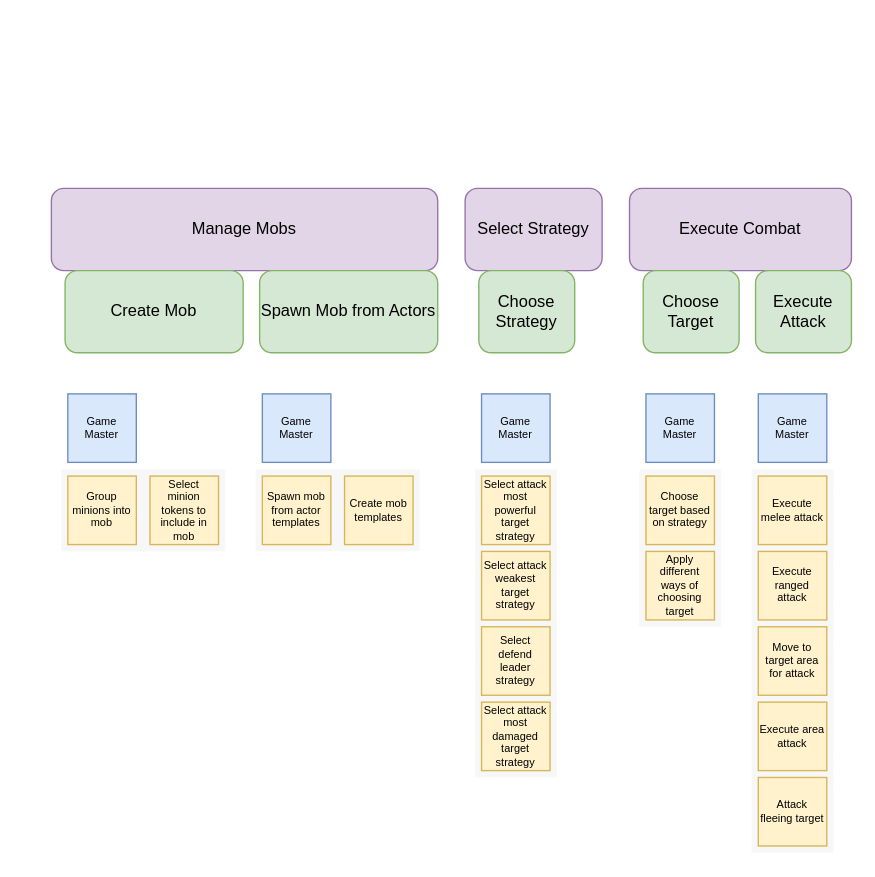
Earlier version of the draw.io diagram demo/mob_minion/docs/stories/story-map-outline.drawio (thomasjeffreyandersontwin/augmented-teams). Source tidied: cells renumbered, new cells numbered last; positions are measured from the earlier drawing's top-left corner, leaving out a move shared by most shapes. Both pictures are drawn from the tidied source at 137%, with x=0, y=0 at pixel (23, 23).
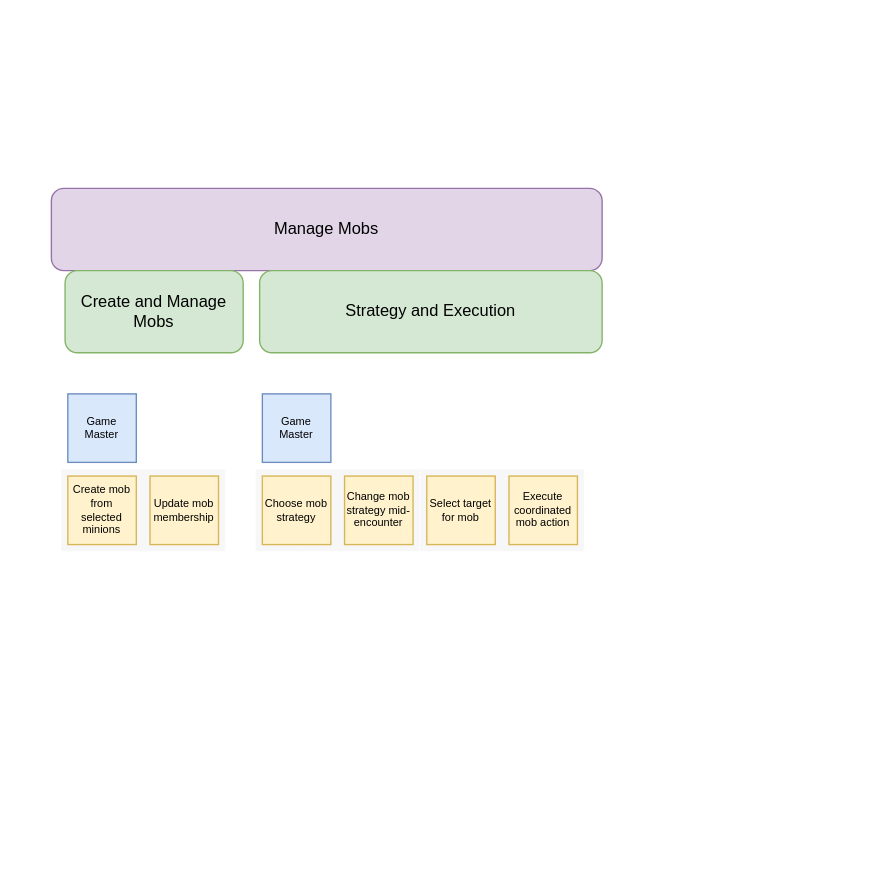
After the change.

The change refers to these unchanged cells:
```xml
<mxCell id="2" style="group;" parent="1" vertex="1">
  <mxGeometry width="1" height="1" as="geometry" />
</mxCell>
```

Change to the diagram source:
```diff
@@
     <mxCell id="3" value="&lt;div style=&quot;display: flex; align-items: center; justify-content: center; width: 100%;&quot;&gt;Manage Mobs&lt;/div&gt;" style="rounded=1;whiteSpace=wrap;html=1;fillColor=#e1d5e7;strokeColor=#9673a6;fontColor=#000000;" parent="2" vertex="1">
-      <mxGeometry x="20" y="120" width="282" height="60" as="geometry" />
+      <mxGeometry x="20" y="120" width="402" height="60" as="geometry" />
     </mxCell>
-    <mxCell id="4" value="&lt;div style=&quot;display: flex; align-items: center; justify-content: center; width: 100%;&quot;&gt;Create Mob&lt;/div&gt;" style="rounded=1;whiteSpace=wrap;html=1;fillColor=#d5e8d4;strokeColor=#82b366;fontColor=#000000;" parent="1" vertex="1">
+    <mxCell id="4" value="&lt;div style=&quot;display: flex; align-items: center; justify-content: center; width: 100%;&quot;&gt;Create and Manage Mobs&lt;/div&gt;" style="rounded=1;whiteSpace=wrap;html=1;fillColor=#d5e8d4;strokeColor=#82b366;fontColor=#000000;" parent="1" vertex="1">
       <mxGeometry x="30" y="180" width="130" height="60" as="geometry" />
     </mxCell>
@@
-    <mxCell id="7" value="Group minions into mob" style="whiteSpace=wrap;html=1;fillColor=#fff2cc;strokeColor=#d6b656;fontColor=#000000;fontSize=8;" parent="1" vertex="1">
+    <mxCell id="7" value="Create mob from selected minions" style="whiteSpace=wrap;html=1;fillColor=#fff2cc;strokeColor=#d6b656;fontColor=#000000;fontSize=8;" parent="1" vertex="1">
       <mxGeometry x="32" y="330" width="50" height="50" as="geometry" />
     </mxCell>
-    <mxCell id="8" value="Select minion tokens to include in mob" style="whiteSpace=wrap;html=1;fillColor=#fff2cc;strokeColor=#d6b656;fontColor=#000000;fontSize=8;" parent="1" vertex="1">
+    <mxCell id="8" value="Update mob membership" style="whiteSpace=wrap;html=1;fillColor=#fff2cc;strokeColor=#d6b656;fontColor=#000000;fontSize=8;" parent="1" vertex="1">
       <mxGeometry x="92" y="330" width="50" height="50" as="geometry" />
     </mxCell>
-    <mxCell id="9" value="&lt;div style=&quot;display: flex; align-items: center; justify-content: center; width: 100%;&quot;&gt;Spawn Mob from Actors&lt;/div&gt;" style="rounded=1;whiteSpace=wrap;html=1;fillColor=#d5e8d4;strokeColor=#82b366;fontColor=#000000;" parent="1" vertex="1">
-      <mxGeometry x="172" y="180" width="130" height="60" as="geometry" />
+    <mxCell id="9" value="&lt;div style=&quot;display: flex; align-items: center; justify-content: center; width: 100%;&quot;&gt;Strategy and Execution&lt;/div&gt;" style="rounded=1;whiteSpace=wrap;html=1;fillColor=#d5e8d4;strokeColor=#82b366;fontColor=#000000;" parent="1" vertex="1">
+      <mxGeometry x="172" y="180" width="250" height="60" as="geometry" />
     </mxCell>
@@
+    <mxCell id="16" style="rounded=0;whiteSpace=wrap;html=1;dashed=1;dashPattern=1 2;strokeColor=#FFFFFF;fillColor=#F7F7F7;" parent="1" vertex="1">
+      <mxGeometry x="289" y="325" width="120" height="60" as="geometry" />
+    </mxCell>
@@
-    <mxCell id="12" value="Spawn mob from actor templates" style="whiteSpace=wrap;html=1;fillColor=#fff2cc;strokeColor=#d6b656;fontColor=#000000;fontSize=8;" parent="1" vertex="1">
+    <mxCell id="12" value="Choose mob strategy" style="whiteSpace=wrap;html=1;fillColor=#fff2cc;strokeColor=#d6b656;fontColor=#000000;fontSize=8;" parent="1" vertex="1">
       <mxGeometry x="174" y="330" width="50" height="50" as="geometry" />
     </mxCell>
-    <mxCell id="13" value="Create mob templates" style="whiteSpace=wrap;html=1;fillColor=#fff2cc;strokeColor=#d6b656;fontColor=#000000;fontSize=8;" parent="1" vertex="1">
+    <mxCell id="13" value="Change mob strategy mid-encounter" style="whiteSpace=wrap;html=1;fillColor=#fff2cc;strokeColor=#d6b656;fontColor=#000000;fontSize=8;" parent="1" vertex="1">
       <mxGeometry x="234" y="330" width="50" height="50" as="geometry" />
     </mxCell>
-    <mxCell id="14" value="&lt;div style=&quot;display: flex; align-items: center; justify-content: center; width: 100%;&quot;&gt;Select Strategy&lt;/div&gt;" style="rounded=1;whiteSpace=wrap;html=1;fillColor=#e1d5e7;strokeColor=#9673a6;fontColor=#000000;" parent="2" vertex="1">
-      <mxGeometry x="322" y="120" width="100" height="60" as="geometry" />
-    </mxCell>
-    <mxCell id="15" value="&lt;div style=&quot;display: flex; align-items: center; justify-content: center; width: 100%;&quot;&gt;Choose Strategy&lt;/div&gt;" style="rounded=1;whiteSpace=wrap;html=1;fillColor=#d5e8d4;strokeColor=#82b366;fontColor=#000000;" parent="1" vertex="1">
-      <mxGeometry x="332" y="180" width="70" height="60" as="geometry" />
-    </mxCell>
-    <mxCell id="16" style="rounded=0;whiteSpace=wrap;html=1;dashed=1;dashPattern=1 2;strokeColor=#FFFFFF;fillColor=#F7F7F7;" parent="1" vertex="1">
-      <mxGeometry x="329" y="325" width="60" height="225" as="geometry" />
-    </mxCell>
-    <mxCell id="17" value="Game Master" style="whiteSpace=wrap;html=1;fillColor=#dae8fc;strokeColor=#6c8ebf;fontColor=#000000;fontSize=8;" parent="1" vertex="1">
-      <mxGeometry x="334" y="270" width="50" height="50" as="geometry" />
-    </mxCell>
-    <mxCell id="18" value="Select attack most powerful target strategy" style="whiteSpace=wrap;html=1;fillColor=#fff2cc;strokeColor=#d6b656;fontColor=#000000;fontSize=8;" parent="1" vertex="1">
-      <mxGeometry x="334" y="330" width="50" height="50" as="geometry" />
-    </mxCell>
-    <mxCell id="19" value="Select attack weakest target strategy" style="whiteSpace=wrap;html=1;fillColor=#fff2cc;strokeColor=#d6b656;fontColor=#000000;fontSize=8;" parent="1" vertex="1">
-      <mxGeometry x="334" y="385" width="50" height="50" as="geometry" />
-    </mxCell>
-    <mxCell id="20" value="Select defend leader strategy" style="whiteSpace=wrap;html=1;fillColor=#fff2cc;strokeColor=#d6b656;fontColor=#000000;fontSize=8;" parent="1" vertex="1">
-      <mxGeometry x="334" y="440" width="50" height="50" as="geometry" />
-    </mxCell>
-    <mxCell id="21" value="Select attack most damaged target strategy" style="whiteSpace=wrap;html=1;fillColor=#fff2cc;strokeColor=#d6b656;fontColor=#000000;fontSize=8;" parent="1" vertex="1">
-      <mxGeometry x="334" y="495" width="50" height="50" as="geometry" />
-    </mxCell>
-    <mxCell id="22" value="&lt;div style=&quot;display: flex; align-items: center; justify-content: center; width: 100%;&quot;&gt;Execute Combat&lt;/div&gt;" style="rounded=1;whiteSpace=wrap;html=1;fillColor=#e1d5e7;strokeColor=#9673a6;fontColor=#000000;" parent="2" vertex="1">
-      <mxGeometry x="442" y="120" width="162" height="60" as="geometry" />
-    </mxCell>
-    <mxCell id="23" value="&lt;div style=&quot;display: flex; align-items: center; justify-content: center; width: 100%;&quot;&gt;Choose Target&lt;/div&gt;" style="rounded=1;whiteSpace=wrap;html=1;fillColor=#d5e8d4;strokeColor=#82b366;fontColor=#000000;" parent="1" vertex="1">
-      <mxGeometry x="452" y="180" width="70" height="60" as="geometry" />
-    </mxCell>
-    <mxCell id="24" style="rounded=0;whiteSpace=wrap;html=1;dashed=1;dashPattern=1 2;strokeColor=#FFFFFF;fillColor=#F7F7F7;" parent="1" vertex="1">
-      <mxGeometry x="449" y="325" width="60" height="115" as="geometry" />
-    </mxCell>
-    <mxCell id="25" value="Game Master" style="whiteSpace=wrap;html=1;fillColor=#dae8fc;strokeColor=#6c8ebf;fontColor=#000000;fontSize=8;" parent="1" vertex="1">
-      <mxGeometry x="454" y="270" width="50" height="50" as="geometry" />
-    </mxCell>
-    <mxCell id="26" value="Choose target based on strategy" style="whiteSpace=wrap;html=1;fillColor=#fff2cc;strokeColor=#d6b656;fontColor=#000000;fontSize=8;" parent="1" vertex="1">
-      <mxGeometry x="454" y="330" width="50" height="50" as="geometry" />
-    </mxCell>
-    <mxCell id="27" value="Apply different ways of choosing target" style="whiteSpace=wrap;html=1;fillColor=#fff2cc;strokeColor=#d6b656;fontColor=#000000;fontSize=8;" parent="1" vertex="1">
-      <mxGeometry x="454" y="385" width="50" height="50" as="geometry" />
-    </mxCell>
-    <mxCell id="28" value="&lt;div style=&quot;display: flex; align-items: center; justify-content: center; width: 100%;&quot;&gt;Execute Attack&lt;/div&gt;" style="rounded=1;whiteSpace=wrap;html=1;fillColor=#d5e8d4;strokeColor=#82b366;fontColor=#000000;" parent="1" vertex="1">
-      <mxGeometry x="534" y="180" width="70" height="60" as="geometry" />
-    </mxCell>
-    <mxCell id="29" style="rounded=0;whiteSpace=wrap;html=1;dashed=1;dashPattern=1 2;strokeColor=#FFFFFF;fillColor=#F7F7F7;" parent="1" vertex="1">
-      <mxGeometry x="531" y="325" width="60" height="280" as="geometry" />
-    </mxCell>
-    <mxCell id="30" value="Game Master" style="whiteSpace=wrap;html=1;fillColor=#dae8fc;strokeColor=#6c8ebf;fontColor=#000000;fontSize=8;" parent="1" vertex="1">
-      <mxGeometry x="536" y="270" width="50" height="50" as="geometry" />
-    </mxCell>
-    <mxCell id="31" value="Execute melee attack" style="whiteSpace=wrap;html=1;fillColor=#fff2cc;strokeColor=#d6b656;fontColor=#000000;fontSize=8;" parent="1" vertex="1">
-      <mxGeometry x="536" y="330" width="50" height="50" as="geometry" />
-    </mxCell>
-    <mxCell id="32" value="Execute ranged attack" style="whiteSpace=wrap;html=1;fillColor=#fff2cc;strokeColor=#d6b656;fontColor=#000000;fontSize=8;" parent="1" vertex="1">
-      <mxGeometry x="536" y="385" width="50" height="50" as="geometry" />
-    </mxCell>
-    <mxCell id="33" value="Move to target area for attack" style="whiteSpace=wrap;html=1;fillColor=#fff2cc;strokeColor=#d6b656;fontColor=#000000;fontSize=8;" parent="1" vertex="1">
-      <mxGeometry x="536" y="440" width="50" height="50" as="geometry" />
-    </mxCell>
-    <mxCell id="34" value="Execute area attack" style="whiteSpace=wrap;html=1;fillColor=#fff2cc;strokeColor=#d6b656;fontColor=#000000;fontSize=8;" parent="1" vertex="1">
-      <mxGeometry x="536" y="495" width="50" height="50" as="geometry" />
-    </mxCell>
-    <mxCell id="35" value="Attack fleeing target" style="whiteSpace=wrap;html=1;fillColor=#fff2cc;strokeColor=#d6b656;fontColor=#000000;fontSize=8;" parent="1" vertex="1">
-      <mxGeometry x="536" y="550" width="50" height="50" as="geometry" />
-    </mxCell>
+    <mxCell id="36" value="Select target for mob" style="whiteSpace=wrap;html=1;fillColor=#fff2cc;strokeColor=#d6b656;fontColor=#000000;fontSize=8;" parent="1" vertex="1">
+      <mxGeometry x="294" y="330" width="50" height="50" as="geometry" />
+    </mxCell>
+    <mxCell id="37" value="Execute coordinated mob action" style="whiteSpace=wrap;html=1;fillColor=#fff2cc;strokeColor=#d6b656;fontColor=#000000;fontSize=8;" parent="1" vertex="1">
+      <mxGeometry x="354" y="330" width="50" height="50" as="geometry" />
+    </mxCell>
```
